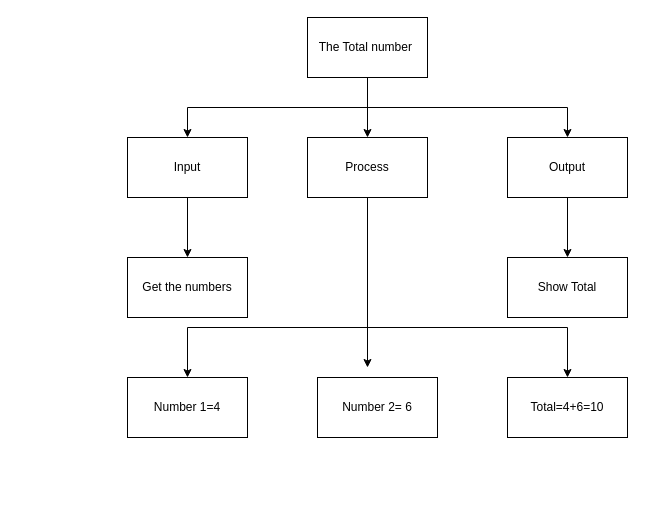
The draw.io diagram top-down.drawio in huihangisaac-ho/ICS3U-03-01-Python, before the edit. Source tidied: cells renumbered, new cells numbered last; positions are measured from the earlier drawing's top-left corner, leaving out a move shared by most shapes. Both pictures are drawn from the tidied source at 100%, with x=0, y=0 at pixel (127, 17).
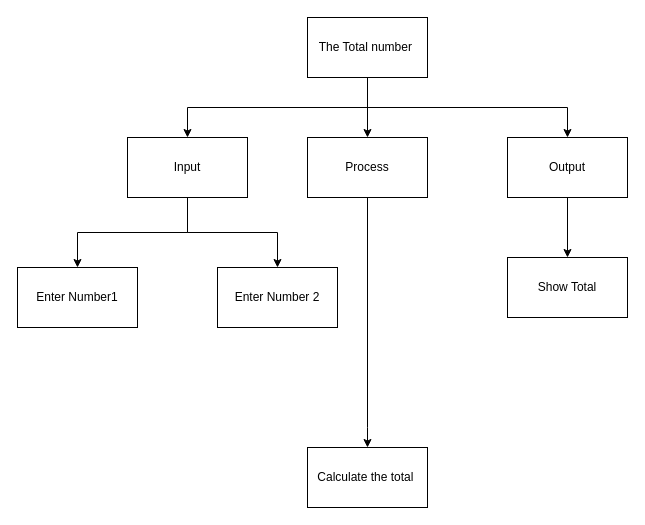
Above is the later version.

The change refers to these unchanged cells:
```xml
<mxCell id="7" value="Input" style="rounded=0;whiteSpace=wrap;html=1;" parent="1" vertex="1">
  <mxGeometry y="120" width="120" height="60" as="geometry" />
</mxCell>
<mxCell id="11" value="Process" style="rounded=0;whiteSpace=wrap;html=1;" parent="1" vertex="1">
  <mxGeometry x="180" y="120" width="120" height="60" as="geometry" />
</mxCell>
```

Diff of the diagram source:
```diff
@@
+    <mxCell id="19" style="edgeStyle=orthogonalEdgeStyle;html=1;exitX=0.5;exitY=1;exitDx=0;exitDy=0;entryX=0.5;entryY=0;entryDx=0;entryDy=0;rounded=0;" parent="1" edge="1" source="7" target="20">
+      <mxGeometry relative="1" as="geometry" />
+    </mxCell>
@@
-    <mxCell id="8" style="edgeStyle=orthogonalEdgeStyle;rounded=0;html=1;exitX=0.5;exitY=1;exitDx=0;exitDy=0;" parent="1" edge="1" source="11">
-      <mxGeometry relative="1" as="geometry">
-        <mxPoint x="240" y="350" as="targetPoint" />
-      </mxGeometry>
-    </mxCell>
-    <mxCell id="9" style="edgeStyle=orthogonalEdgeStyle;rounded=0;html=1;exitX=0.5;exitY=1;exitDx=0;exitDy=0;entryX=0.5;entryY=0;entryDx=0;entryDy=0;" parent="1" edge="1" source="11" target="16">
-      <mxGeometry relative="1" as="geometry">
-        <Array as="points">
-          <mxPoint x="240" y="310" />
-          <mxPoint x="60" y="310" />
-        </Array>
-      </mxGeometry>
-    </mxCell>
     <mxCell id="10" style="edgeStyle=orthogonalEdgeStyle;rounded=0;html=1;exitX=0.5;exitY=1;exitDx=0;exitDy=0;entryX=0.5;entryY=0;entryDx=0;entryDy=0;" parent="1" edge="1" source="11" target="18">
       <mxGeometry relative="1" as="geometry">
         <Array as="points">
-          <mxPoint x="240" y="310" />
-          <mxPoint x="440" y="310" />
+          <mxPoint x="240" y="410" />
         </Array>
       </mxGeometry>
     </mxCell>
@@
-    <mxCell id="14" value="Get the numbers" style="rounded=0;whiteSpace=wrap;html=1;" parent="1" vertex="1">
-      <mxGeometry y="240" width="120" height="60" as="geometry" />
+    <mxCell id="14" value="Enter Number1" style="rounded=0;whiteSpace=wrap;html=1;" parent="1" vertex="1">
+      <mxGeometry x="-110" y="250" width="120" height="60" as="geometry" />
     </mxCell>
@@
-    <mxCell id="16" value="Number 1=4" style="rounded=0;whiteSpace=wrap;html=1;" parent="1" vertex="1">
-      <mxGeometry y="360" width="120" height="60" as="geometry" />
-    </mxCell>
-    <mxCell id="17" value="Number 2= 6" style="rounded=0;whiteSpace=wrap;html=1;" parent="1" vertex="1">
-      <mxGeometry x="190" y="360" width="120" height="60" as="geometry" />
-    </mxCell>
-    <mxCell id="18" value="Total=4+6=10" style="rounded=0;whiteSpace=wrap;html=1;" parent="1" vertex="1">
-      <mxGeometry x="380" y="360" width="120" height="60" as="geometry" />
+    <mxCell id="18" value="Calculate the total&amp;nbsp;" style="rounded=0;whiteSpace=wrap;html=1;" parent="1" vertex="1">
+      <mxGeometry x="180" y="430" width="120" height="60" as="geometry" />
     </mxCell>
+    <mxCell id="20" value="Enter Number 2" style="rounded=0;whiteSpace=wrap;html=1;" parent="1" vertex="1">
+      <mxGeometry x="90" y="250" width="120" height="60" as="geometry" />
+    </mxCell>
```
